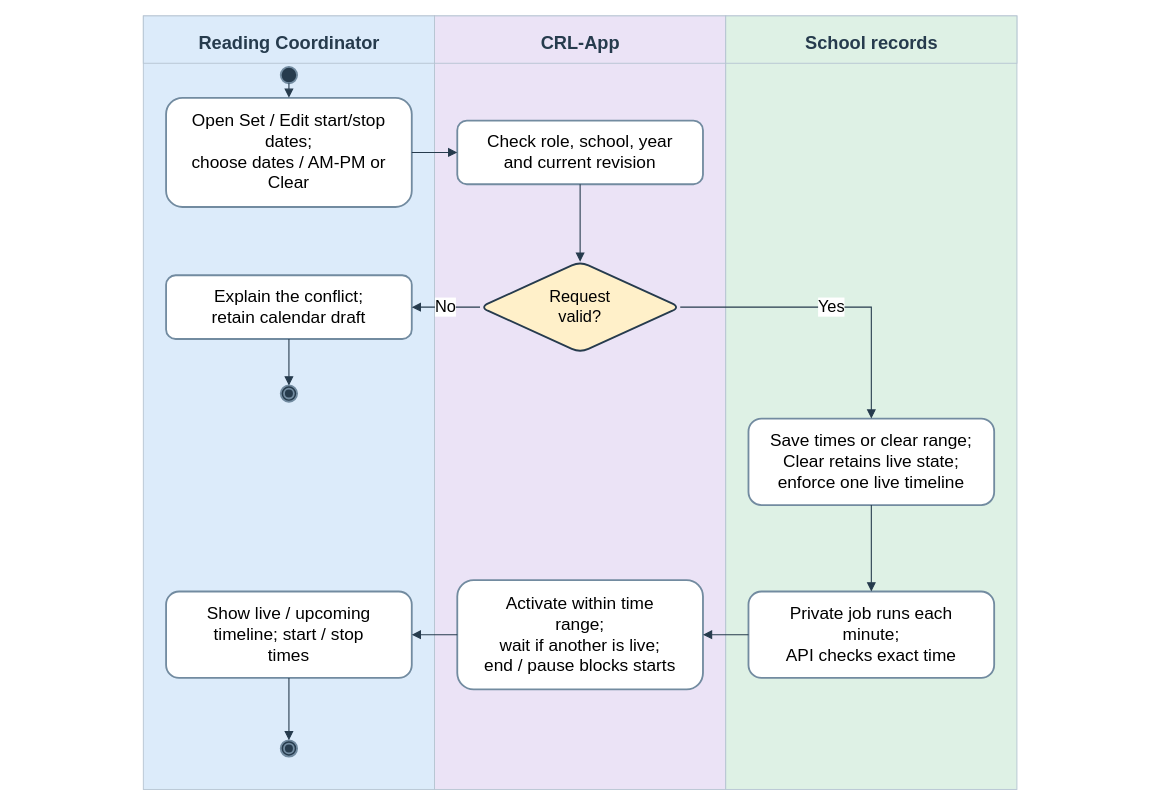
Before: docs/diagrams/class-workspaces/figure-15e-timeline-scheduling.drawio in AkuSayangKamuJudaSayang/crl-app, a draw.io diagram. Source tidied: cells renumbered, new cells numbered last; positions are measured from the earlier drawing's top-left corner, leaving out a move shared by most shapes. Both pictures are drawn from the tidied source at 91%, with x=0, y=0 at pixel (15, 15).
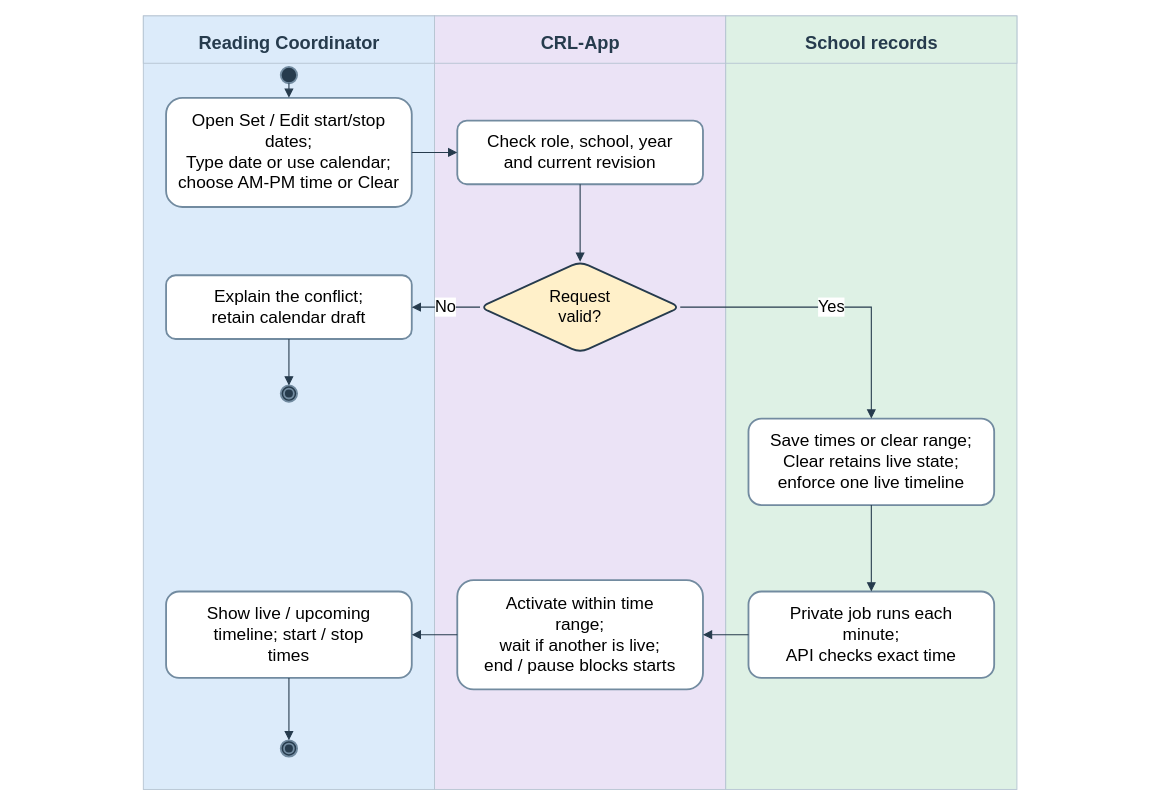
Above is the later version.

Commit message (it also covers changes not shown here):
CRL-2026-11-07.4 refine calendar date entry and start-time defaults

Diff of the diagram source:
```diff
@@
-    <mxCell id="12" value="Open Set / Edit start/stop&lt;br&gt;dates;&lt;br&gt;choose dates / AM-PM or&lt;br&gt;Clear" style="rounded=1;whiteSpace=wrap;html=1;fontFamily=Arial;fillColor=#ffffff;strokeColor=#728ba0;strokeWidth=2;fontSize=19;" parent="1" vertex="1">
+    <mxCell id="12" value="Open Set / Edit start/stop&lt;br&gt;dates;&lt;br&gt;Type date or use calendar;&lt;br&gt;choose AM-PM time or Clear" style="rounded=1;whiteSpace=wrap;html=1;fontFamily=Arial;fillColor=#ffffff;strokeColor=#728ba0;strokeWidth=2;fontSize=19;" parent="1" vertex="1">
       <mxGeometry x="165" y="90" width="270" height="120" as="geometry" />
     </mxCell>
```
